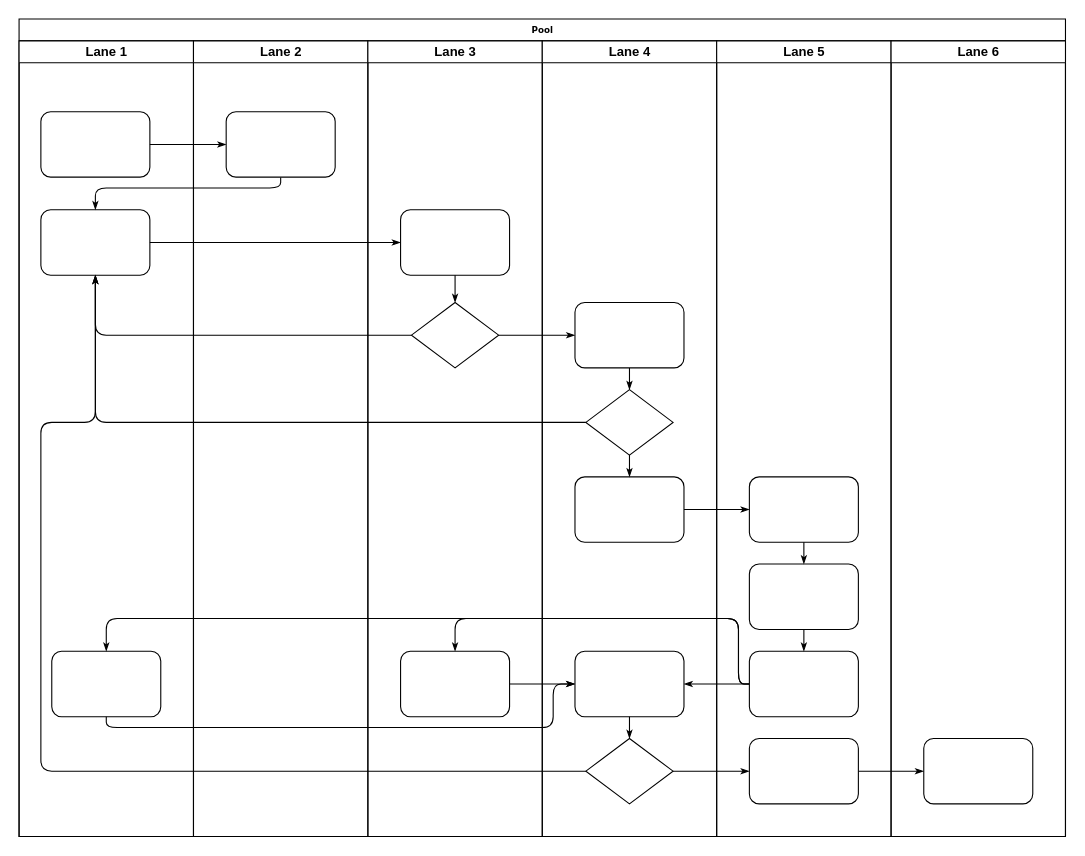
DaiKannn/SAE23 keeps this draw.io diagram as Untitled Diagram.drawio. Above is the earlier version. Source tidied: cells renumbered, new cells numbered last; positions are measured from the earlier drawing's top-left corner, leaving out a move shared by most shapes. Both pictures are drawn from the tidied source at 109%, with x=0, y=0 at pixel (19, 19).
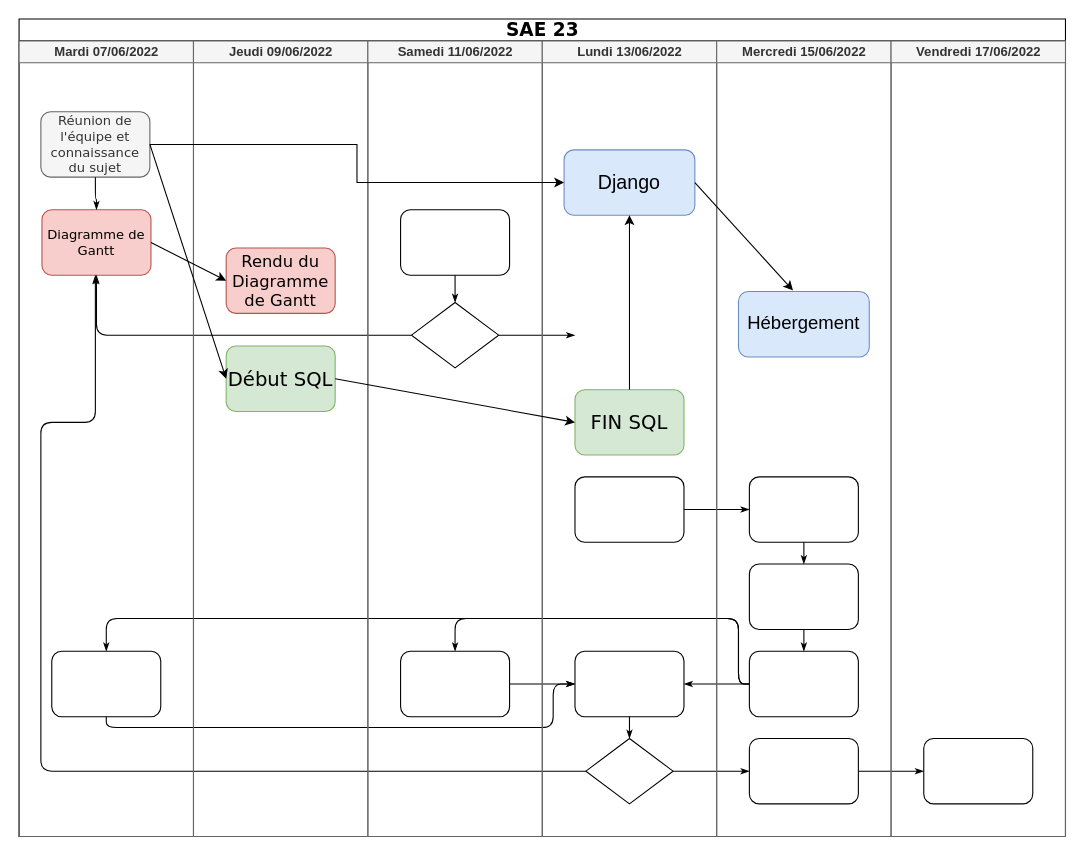
Above is the later version.

Unchanged cells that the change refers to:
```xml
<mxCell id="25" style="rounded=1;whiteSpace=wrap;html=1;shadow=0;labelBackgroundColor=none;strokeWidth=1;fontFamily=Verdana;fontSize=8;align=center;" parent="24" vertex="1">
  <mxGeometry x="30" y="155" width="100" height="60" as="geometry" />
</mxCell>
<mxCell id="26" style="rhombus;whiteSpace=wrap;html=1;rounded=0;shadow=0;labelBackgroundColor=none;strokeWidth=1;fontFamily=Verdana;fontSize=8;align=center;" parent="24" vertex="1">
  <mxGeometry x="40" y="240" width="80" height="60" as="geometry" />
</mxCell>
<mxCell id="32" style="rounded=1;whiteSpace=wrap;html=1;shadow=0;labelBackgroundColor=none;strokeWidth=1;fontFamily=Verdana;fontSize=8;align=center;" parent="29" vertex="1">
  <mxGeometry x="30" y="400" width="100" height="60" as="geometry" />
</mxCell>
```

What changed in the source:
```diff
@@
-    <mxCell id="2" value="Pool" style="swimlane;html=1;startSize=20;rounded=0;shadow=0;labelBackgroundColor=none;strokeWidth=1;fontFamily=Verdana;fontSize=8;align=center;" parent="1" vertex="1">
+    <mxCell id="2" value="&lt;font style=&quot;font-size: 17px;&quot;&gt;SAE 23&lt;/font&gt;" style="swimlane;html=1;startSize=20;rounded=0;shadow=0;labelBackgroundColor=none;strokeWidth=1;fontFamily=Verdana;fontSize=8;align=center;" parent="1" vertex="1">
       <mxGeometry width="960" height="750" as="geometry" />
     </mxCell>
-    <mxCell id="3" value="Lane 1" style="swimlane;html=1;startSize=20;" parent="2" vertex="1">
+    <mxCell id="3" value="Mardi 07/06/2022" style="swimlane;html=1;startSize=20;fillColor=#f5f5f5;fontColor=#333333;strokeColor=#666666;" parent="2" vertex="1">
       <mxGeometry y="20" width="160" height="730" as="geometry" />
     </mxCell>
-    <mxCell id="4" style="rounded=1;whiteSpace=wrap;html=1;shadow=0;labelBackgroundColor=none;strokeWidth=1;fontFamily=Verdana;fontSize=8;align=center;" parent="3" vertex="1">
+    <mxCell id="4" value="&lt;font style=&quot;font-size: 12px;&quot;&gt;Réunion de l'équipe et connaissance du sujet&lt;/font&gt;" style="rounded=1;whiteSpace=wrap;html=1;shadow=0;labelBackgroundColor=none;strokeWidth=1;fontFamily=Verdana;fontSize=8;align=center;fillColor=#f5f5f5;fontColor=#333333;strokeColor=#666666;" parent="3" vertex="1">
       <mxGeometry x="20" y="65" width="100" height="60" as="geometry" />
     </mxCell>
-    <mxCell id="5" style="rounded=1;whiteSpace=wrap;html=1;shadow=0;labelBackgroundColor=none;strokeWidth=1;fontFamily=Verdana;fontSize=8;align=center;" parent="3" vertex="1">
-      <mxGeometry x="20" y="155" width="100" height="60" as="geometry" />
+    <mxCell id="5" value="&lt;font style=&quot;font-size: 12px;&quot;&gt;Diagramme de Gantt&lt;/font&gt;" style="rounded=1;whiteSpace=wrap;html=1;shadow=0;labelBackgroundColor=none;strokeWidth=1;fontFamily=Verdana;fontSize=8;align=center;fillColor=#f8cecc;strokeColor=#b85450;" parent="3" vertex="1">
+      <mxGeometry x="21" y="155" width="100" height="60" as="geometry" />
     </mxCell>
@@
-    <mxCell id="7" style="edgeStyle=orthogonalEdgeStyle;rounded=1;html=1;labelBackgroundColor=none;startArrow=none;startFill=0;startSize=5;endArrow=classicThin;endFill=1;endSize=5;jettySize=auto;strokeWidth=1;fontFamily=Verdana;fontSize=8;" parent="2" edge="1" source="4" target="23">
+    <mxCell id="7" style="edgeStyle=orthogonalEdgeStyle;rounded=1;html=1;labelBackgroundColor=none;startArrow=none;startFill=0;startSize=5;endArrow=classicThin;endFill=1;endSize=5;jettySize=auto;strokeWidth=1;fontFamily=Verdana;fontSize=8;entryX=0.5;entryY=0;entryDx=0;entryDy=0;" parent="3" edge="1" source="4" target="5">
       <mxGeometry relative="1" as="geometry" />
     </mxCell>
-    <mxCell id="8" style="edgeStyle=orthogonalEdgeStyle;rounded=1;html=1;labelBackgroundColor=none;startArrow=none;startFill=0;startSize=5;endArrow=classicThin;endFill=1;endSize=5;jettySize=auto;strokeWidth=1;fontFamily=Verdana;fontSize=8;" parent="2" edge="1" source="23" target="5">
-      <mxGeometry relative="1" as="geometry">
-        <Array as="points">
-          <mxPoint x="240" y="155" />
-          <mxPoint x="70" y="155" />
-        </Array>
-      </mxGeometry>
-    </mxCell>
-    <mxCell id="9" style="edgeStyle=orthogonalEdgeStyle;rounded=1;html=1;labelBackgroundColor=none;startArrow=none;startFill=0;startSize=5;endArrow=classicThin;endFill=1;endSize=5;jettySize=auto;strokeWidth=1;fontFamily=Verdana;fontSize=8;" parent="2" edge="1" source="5" target="25">
-      <mxGeometry relative="1" as="geometry" />
-    </mxCell>
@@
-    <mxCell id="11" style="edgeStyle=orthogonalEdgeStyle;rounded=1;html=1;labelBackgroundColor=none;startArrow=none;startFill=0;startSize=5;endArrow=classicThin;endFill=1;endSize=5;jettySize=auto;strokeWidth=1;fontFamily=Verdana;fontSize=8;" parent="2" edge="1" source="31" target="5">
-      <mxGeometry relative="1" as="geometry" />
-    </mxCell>
@@
-    <mxCell id="13" style="edgeStyle=orthogonalEdgeStyle;rounded=1;html=1;labelBackgroundColor=none;startArrow=none;startFill=0;startSize=5;endArrow=classicThin;endFill=1;endSize=5;jettySize=auto;strokeWidth=1;fontFamily=Verdana;fontSize=8;" parent="2" edge="1" source="26" target="30">
-      <mxGeometry relative="1" as="geometry" />
+    <mxCell id="13" style="edgeStyle=orthogonalEdgeStyle;rounded=1;html=1;labelBackgroundColor=none;startArrow=none;startFill=0;startSize=5;endArrow=classicThin;endFill=1;endSize=5;jettySize=auto;strokeWidth=1;fontFamily=Verdana;fontSize=8;" parent="2" edge="1" source="26">
+      <mxGeometry relative="1" as="geometry">
+        <mxPoint x="510" y="290" as="targetPoint" />
+      </mxGeometry>
     </mxCell>
@@
-    <mxCell id="22" value="Lane 2" style="swimlane;html=1;startSize=20;" parent="2" vertex="1">
+    <mxCell id="22" value="Jeudi 09/06/2022" style="swimlane;html=1;startSize=20;fillColor=#f5f5f5;fontColor=#333333;strokeColor=#666666;" parent="2" vertex="1">
       <mxGeometry x="160" y="20" width="160" height="730" as="geometry" />
     </mxCell>
-    <mxCell id="23" style="rounded=1;whiteSpace=wrap;html=1;shadow=0;labelBackgroundColor=none;strokeWidth=1;fontFamily=Verdana;fontSize=8;align=center;" parent="22" vertex="1">
-      <mxGeometry x="30" y="65" width="100" height="60" as="geometry" />
+    <mxCell id="23" value="&lt;font style=&quot;font-size: 15px;&quot;&gt;Rendu du Diagramme de Gantt&lt;/font&gt;" style="rounded=1;whiteSpace=wrap;html=1;shadow=0;labelBackgroundColor=none;strokeWidth=1;fontFamily=Verdana;fontSize=8;align=center;fillColor=#f8cecc;strokeColor=#b85450;" parent="22" vertex="1">
+      <mxGeometry x="30" y="190" width="100" height="60" as="geometry" />
     </mxCell>
+    <mxCell id="47" value="&lt;font style=&quot;font-size: 18px;&quot;&gt;Début SQL&lt;/font&gt;" style="rounded=1;whiteSpace=wrap;html=1;shadow=0;labelBackgroundColor=none;strokeWidth=1;fontFamily=Verdana;fontSize=8;align=center;fillColor=#d5e8d4;strokeColor=#82b366;" parent="22" vertex="1">
+      <mxGeometry x="30" y="280" width="100" height="60" as="geometry" />
+    </mxCell>
-    <mxCell id="24" value="Lane 3" style="swimlane;html=1;startSize=20;" parent="2" vertex="1">
+    <mxCell id="24" value="Samedi 11/06/2022" style="swimlane;html=1;startSize=20;fillColor=#f5f5f5;fontColor=#333333;strokeColor=#666666;" parent="2" vertex="1">
       <mxGeometry x="320" y="20" width="160" height="730" as="geometry" />
     </mxCell>
@@
-    <mxCell id="29" value="Lane 4" style="swimlane;html=1;startSize=20;" parent="2" vertex="1">
+    <mxCell id="29" value="Lundi 13/06/2022" style="swimlane;html=1;startSize=20;fillColor=#f5f5f5;fontColor=#333333;strokeColor=#666666;" parent="2" vertex="1">
       <mxGeometry x="480" y="20" width="160" height="730" as="geometry" />
     </mxCell>
-    <mxCell id="30" style="rounded=1;whiteSpace=wrap;html=1;shadow=0;labelBackgroundColor=none;strokeWidth=1;fontFamily=Verdana;fontSize=8;align=center;" parent="29" vertex="1">
-      <mxGeometry x="30" y="240" width="100" height="60" as="geometry" />
-    </mxCell>
-    <mxCell id="31" style="rhombus;whiteSpace=wrap;html=1;rounded=0;shadow=0;labelBackgroundColor=none;strokeWidth=1;fontFamily=Verdana;fontSize=8;align=center;" parent="29" vertex="1">
-      <mxGeometry x="40" y="320" width="80" height="60" as="geometry" />
-    </mxCell>
@@
-    <mxCell id="35" style="edgeStyle=orthogonalEdgeStyle;rounded=1;html=1;labelBackgroundColor=none;startArrow=none;startFill=0;startSize=5;endArrow=classicThin;endFill=1;endSize=5;jettySize=auto;strokeColor=#000000;strokeWidth=1;fontFamily=Verdana;fontSize=8;fontColor=#000000;" parent="29" edge="1" source="30" target="31">
-      <mxGeometry relative="1" as="geometry" />
-    </mxCell>
-    <mxCell id="36" style="edgeStyle=orthogonalEdgeStyle;rounded=1;html=1;labelBackgroundColor=none;startArrow=none;startFill=0;startSize=5;endArrow=classicThin;endFill=1;endSize=5;jettySize=auto;strokeWidth=1;fontFamily=Verdana;fontSize=8;" parent="29" edge="1" source="31" target="32">
-      <mxGeometry relative="1" as="geometry" />
-    </mxCell>
@@
+    <mxCell id="48" value="&lt;font style=&quot;font-size: 18px;&quot;&gt;Django&lt;/font&gt;" style="rounded=1;whiteSpace=wrap;html=1;fontSize=17;fillColor=#dae8fc;strokeColor=#6c8ebf;" parent="29" vertex="1">
+      <mxGeometry x="20" y="100" width="120" height="60" as="geometry" />
+    </mxCell>
+    <mxCell id="49" value="&lt;font style=&quot;font-size: 18px;&quot;&gt;FIN SQL&lt;/font&gt;" style="rounded=1;whiteSpace=wrap;html=1;shadow=0;labelBackgroundColor=none;strokeWidth=1;fontFamily=Verdana;fontSize=8;align=center;fillColor=#d5e8d4;strokeColor=#82b366;" parent="29" vertex="1">
+      <mxGeometry x="30" y="320" width="100" height="60" as="geometry" />
+    </mxCell>
+    <mxCell id="50" style="endArrow=classic;html=1;rounded=0;fontSize=18;" parent="29" edge="1" target="48">
+      <mxGeometry relative="1" as="geometry">
+        <mxPoint x="80" y="320" as="sourcePoint" />
+      </mxGeometry>
+    </mxCell>
-    <mxCell id="38" value="Lane 5" style="swimlane;html=1;startSize=20;" parent="2" vertex="1">
+    <mxCell id="38" value="Mercredi 15/06/2022" style="swimlane;html=1;startSize=20;fillColor=#f5f5f5;fontColor=#333333;strokeColor=#666666;" parent="2" vertex="1">
       <mxGeometry x="640" y="20" width="160" height="730" as="geometry" />
     </mxCell>
@@
+    <mxCell id="51" value="Hébergement" style="rounded=1;whiteSpace=wrap;html=1;fontSize=17;fillColor=#dae8fc;strokeColor=#6c8ebf;" parent="38" vertex="1">
+      <mxGeometry x="20" y="230" width="120" height="60" as="geometry" />
+    </mxCell>
-    <mxCell id="45" value="Lane 6" style="swimlane;html=1;startSize=20;" parent="2" vertex="1">
+    <mxCell id="45" value="Vendredi 17/06/2022" style="swimlane;html=1;startSize=20;fillColor=#f5f5f5;fontColor=#333333;strokeColor=#666666;" parent="2" vertex="1">
       <mxGeometry x="800" y="20" width="160" height="730" as="geometry" />
     </mxCell>
@@
+    <mxCell id="52" style="edgeStyle=orthogonalEdgeStyle;rounded=0;jettySize=auto;html=1;fontSize=17;" parent="2" edge="1" source="4" target="48">
+      <mxGeometry relative="1" as="geometry" />
+    </mxCell>
+    <mxCell id="53" style="endArrow=classic;html=1;rounded=0;fontSize=14;exitX=1;exitY=0.5;exitDx=0;exitDy=0;entryX=0.417;entryY=-0.017;entryDx=0;entryDy=0;entryPerimeter=0;" parent="2" edge="1" source="48" target="51">
+      <mxGeometry relative="1" as="geometry" />
+    </mxCell>
+    <mxCell id="54" style="endArrow=classic;html=1;rounded=0;fontSize=18;entryX=0;entryY=0.5;entryDx=0;entryDy=0;exitX=1;exitY=0.5;exitDx=0;exitDy=0;" parent="2" edge="1" source="5" target="23">
+      <mxGeometry relative="1" as="geometry" />
+    </mxCell>
+    <mxCell id="55" style="endArrow=classic;html=1;rounded=0;fontSize=15;entryX=0;entryY=0.5;entryDx=0;entryDy=0;exitX=1;exitY=0.5;exitDx=0;exitDy=0;" parent="2" edge="1" source="47" target="49">
+      <mxGeometry relative="1" as="geometry" />
+    </mxCell>
+    <mxCell id="56" style="endArrow=classic;html=1;rounded=0;fontSize=18;exitX=1;exitY=0.5;exitDx=0;exitDy=0;entryX=0;entryY=0.5;entryDx=0;entryDy=0;" parent="2" edge="1" source="4" target="47">
+      <mxGeometry relative="1" as="geometry" />
+    </mxCell>
```
